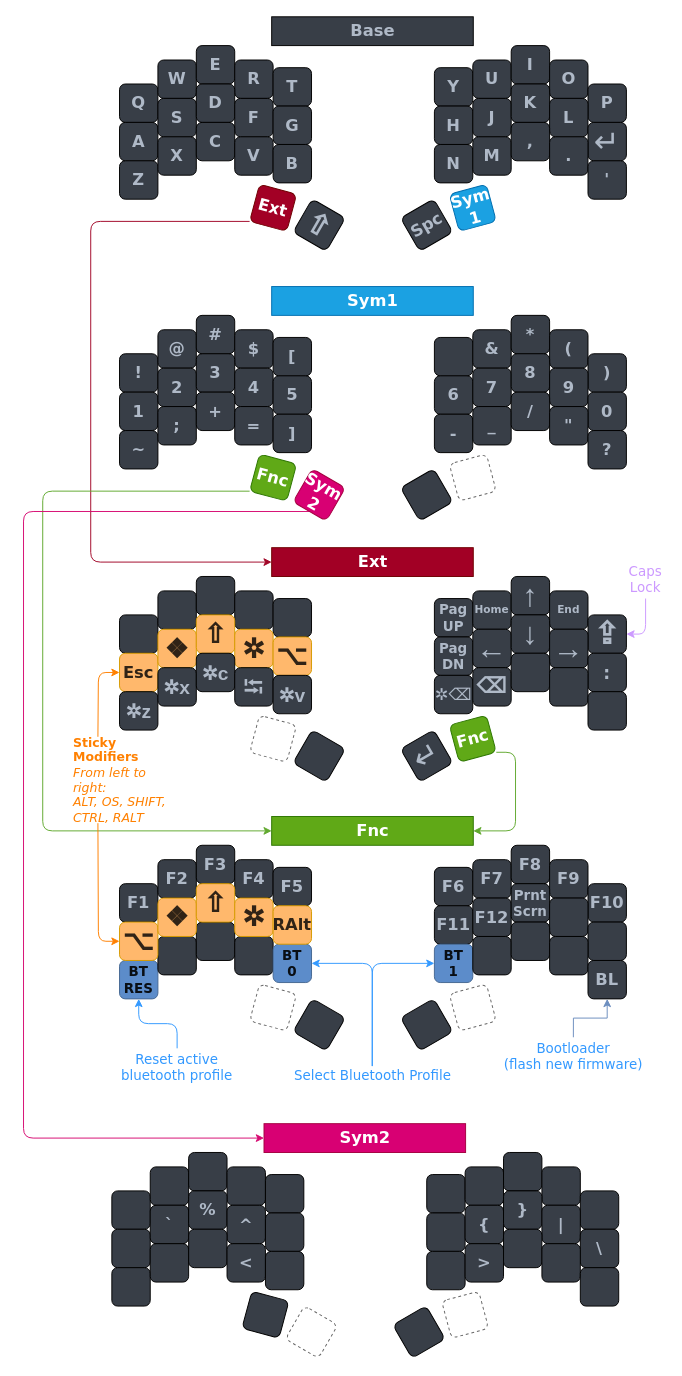
The draw.io diagram carlson-urchin.drawio in CarlsonCarlson/zmk-urchin, before the edit. Source tidied: cells renumbered, new cells numbered last; positions are measured from the earlier drawing's top-left corner, leaving out a move shared by most shapes. Both pictures are drawn from the tidied source at 96%, with x=0, y=0 at pixel (23, 16).
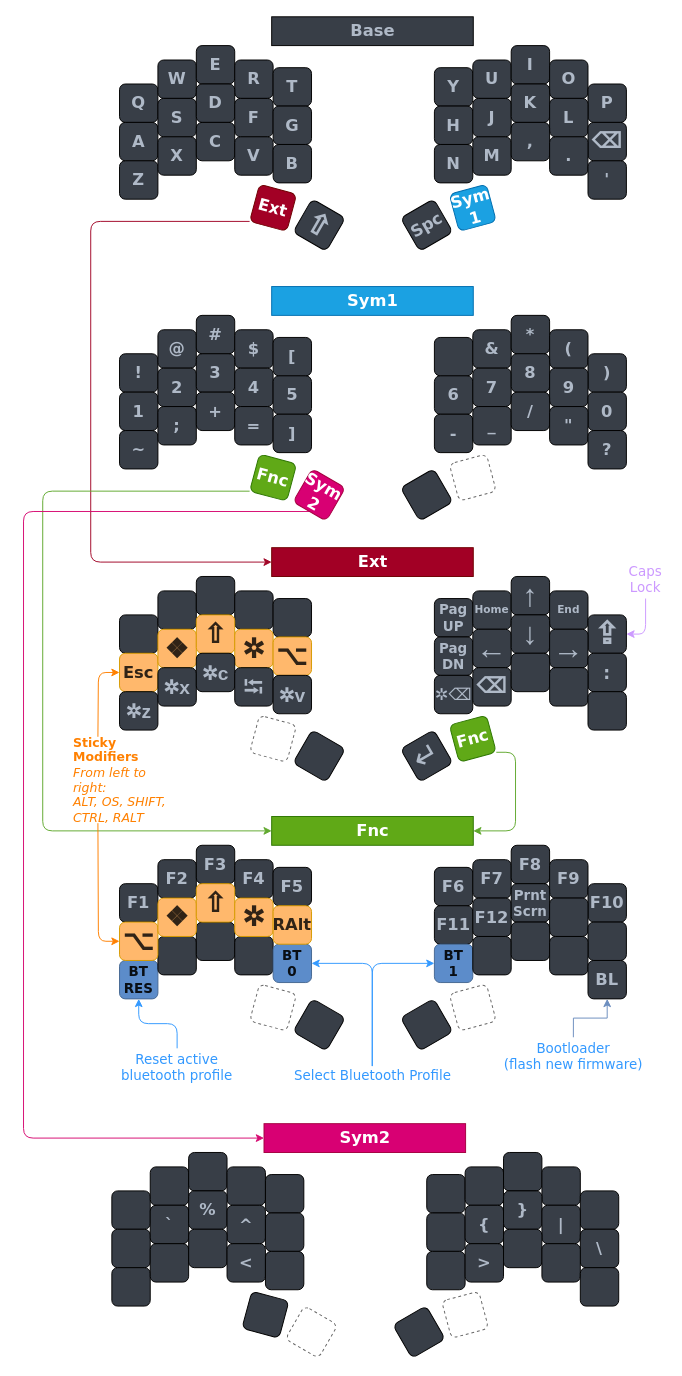
Above is the later version.

Diff of the diagram source:
```diff
@@
-    <mxCell id="29" value="&lt;span style=&quot;font-family: &amp;quot;segoe ui emoji&amp;quot;, &amp;quot;apple color emoji&amp;quot;, &amp;quot;noto color emoji&amp;quot;; font-size: 32px; font-weight: 400;&quot;&gt;↵&lt;/span&gt;" style="whiteSpace=wrap;html=1;fontSize=17;fontFamily=Verdana;fontStyle=1;fontColor=#AFB9C7;fillColor=#383E47;rounded=1;" parent="1" vertex="1">
+    <mxCell id="29" value="&lt;span style=&quot;font-family: &amp;quot;segoe ui emoji&amp;quot;, &amp;quot;apple color emoji&amp;quot;, &amp;quot;noto color emoji&amp;quot;; font-size: 22px;&quot;&gt;⌫&lt;/span&gt;" style="whiteSpace=wrap;html=1;fontSize=17;fontFamily=Verdana;fontStyle=1;fontColor=#AFB9C7;fillColor=#383E47;rounded=1;" parent="1" vertex="1">
       <mxGeometry x="588" y="110" width="40" height="40" as="geometry" />
     </mxCell>
```
